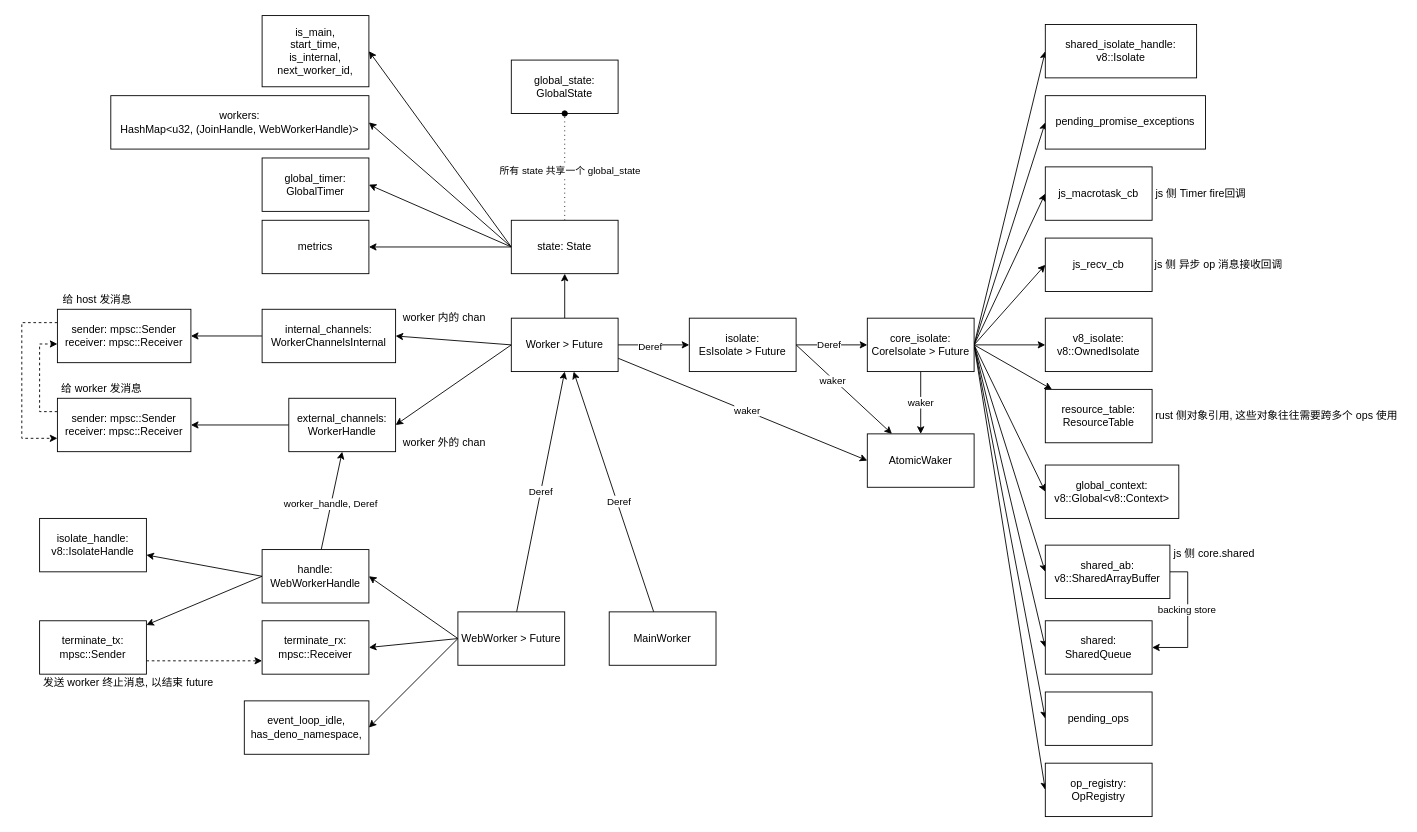
This is deno.drawio from abbshr/diagram, a draw.io file, before an edit. Source tidied: cells renumbered, new cells numbered last; positions are measured from the earlier drawing's top-left corner, leaving out a move shared by most shapes. Both pictures are drawn from the tidied source at 89%, with x=0, y=0 at pixel (21, 15).
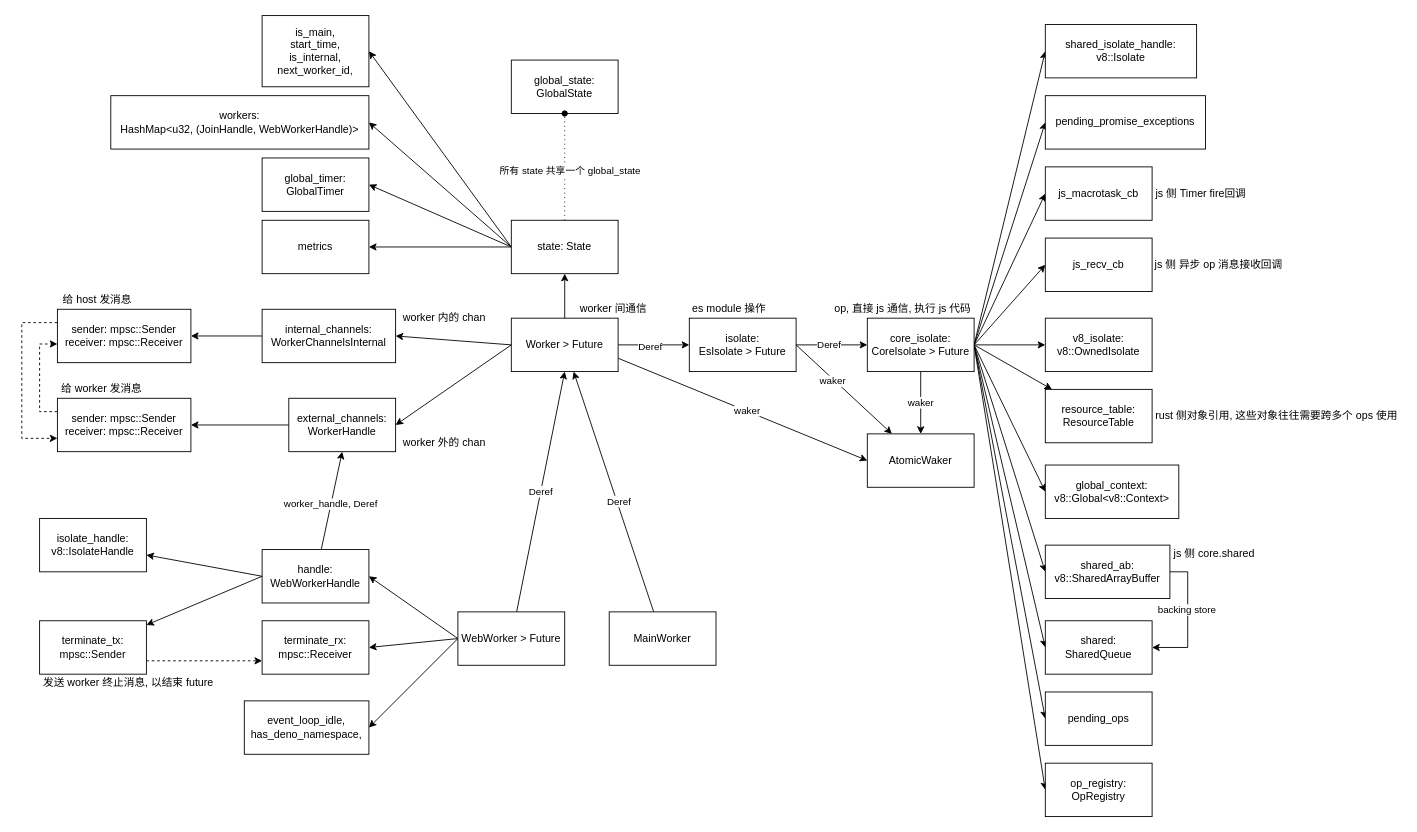
Above is the later version.

Commit message:
核心结构说明

Diff of the diagram source:
```diff
@@
+    <mxCell id="90" value="es module 操作" style="text;html=1;strokeColor=none;fillColor=none;align=center;verticalAlign=middle;whiteSpace=wrap;rounded=0;" parent="1" vertex="1">
+      <mxGeometry x="750" y="320" width="90" height="20" as="geometry" />
+    </mxCell>
+    <mxCell id="91" value="op, 直接 js 通信, 执行 js 代码" style="text;html=1;strokeColor=none;fillColor=none;align=center;verticalAlign=middle;whiteSpace=wrap;rounded=0;" parent="1" vertex="1">
+      <mxGeometry x="910" y="320" width="160" height="20" as="geometry" />
+    </mxCell>
+    <mxCell id="92" value="worker 间通信" style="text;html=1;strokeColor=none;fillColor=none;align=center;verticalAlign=middle;whiteSpace=wrap;rounded=0;" parent="1" vertex="1">
+      <mxGeometry x="620" y="320" width="90" height="20" as="geometry" />
+    </mxCell>
```
